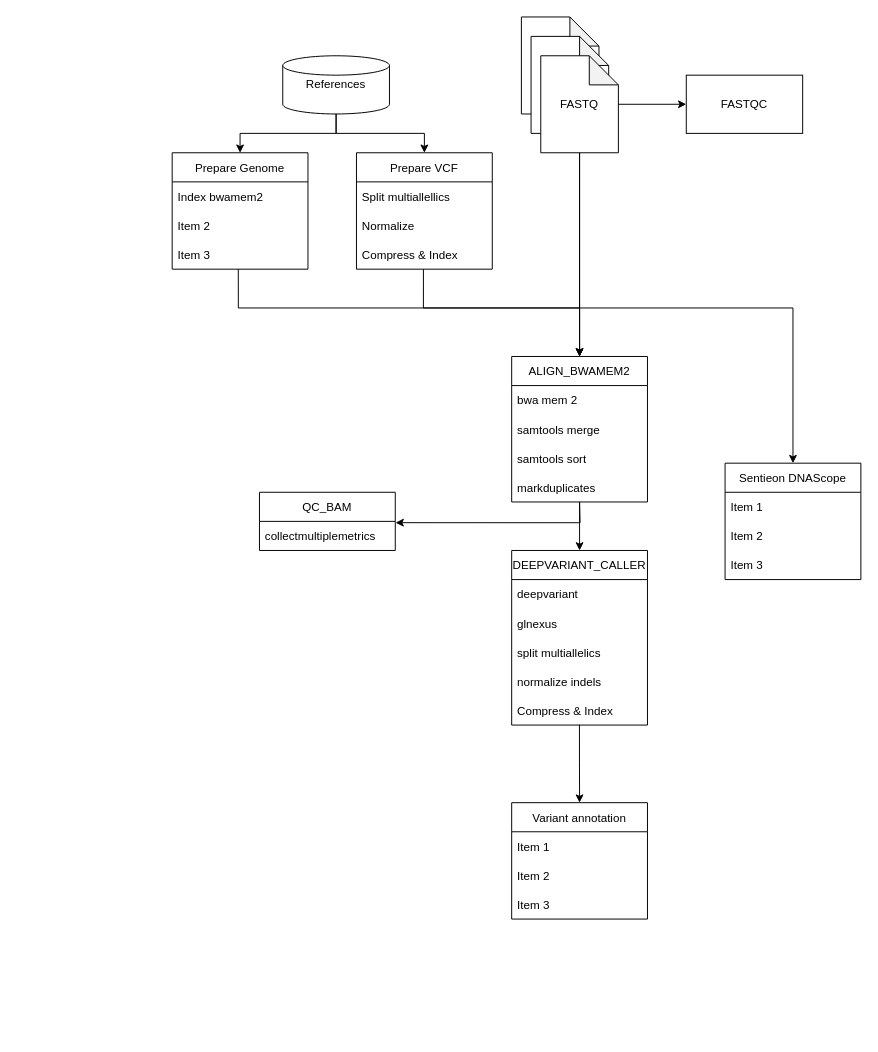
This is docs/images/raredisease.drawio from jemten/raredisease, a draw.io file, before an edit. Source tidied: cells renumbered, new cells numbered last; positions are measured from the earlier drawing's top-left corner, leaving out a move shared by most shapes. Both pictures are drawn from the tidied source at 97%, with x=0, y=0 at pixel (172, 16).
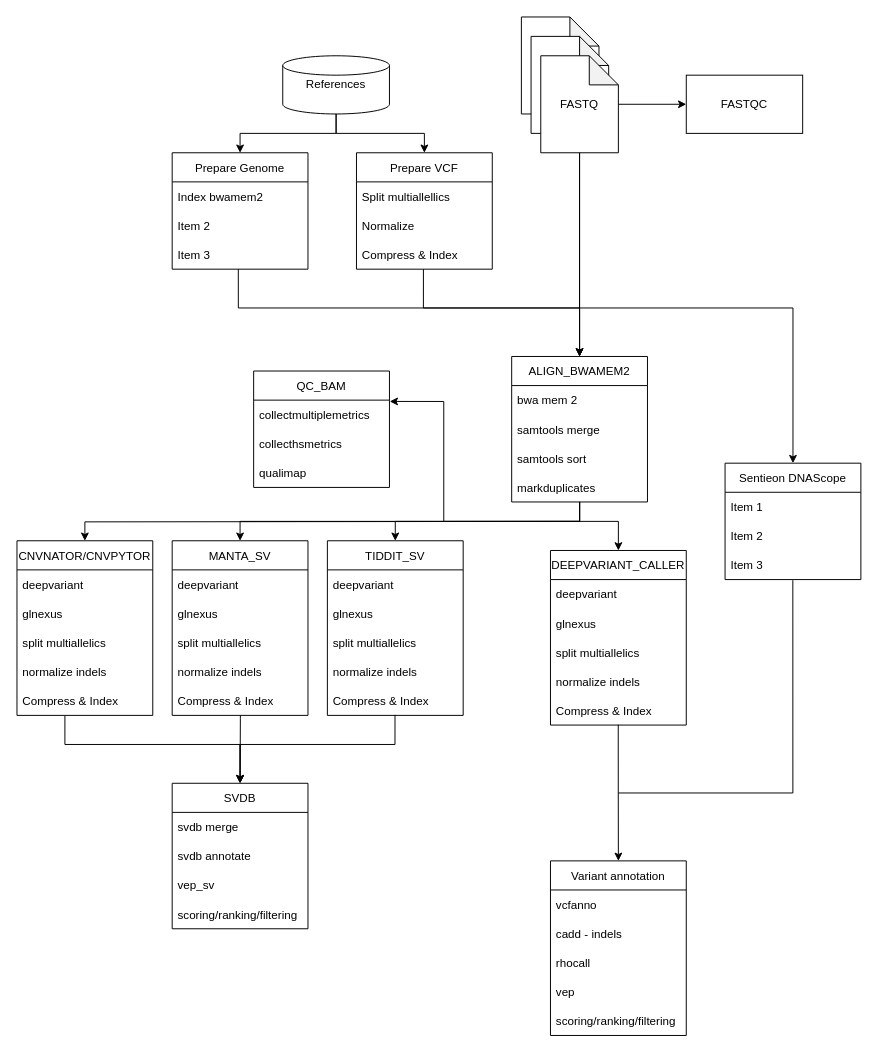
After the change.

The change refers to these unchanged cells:
```xml
<mxCell id="20" value="markduplicates" style="text;strokeColor=none;fillColor=none;align=left;verticalAlign=middle;spacingLeft=4;spacingRight=4;overflow=hidden;points=[[0,0.5],[1,0.5]];portConstraint=eastwest;" parent="16" vertex="1">
  <mxGeometry y="120" width="140" height="30" as="geometry" />
</mxCell>
<mxCell id="22" value="collectmultiplemetrics" style="text;strokeColor=none;fillColor=none;align=left;verticalAlign=middle;spacingLeft=4;spacingRight=4;overflow=hidden;points=[[0,0.5],[1,0.5]];portConstraint=eastwest;" parent="21" vertex="1">
  <mxGeometry y="30" width="140" height="30" as="geometry" />
</mxCell>
<mxCell id="39" value="Item 3" style="text;strokeColor=none;fillColor=none;align=left;verticalAlign=middle;spacingLeft=4;spacingRight=4;overflow=hidden;points=[[0,0.5],[1,0.5]];portConstraint=eastwest;" parent="36" vertex="1">
  <mxGeometry y="90" width="140" height="30" as="geometry" />
</mxCell>
```

Diff of the diagram source:
```diff
@@
     <mxCell id="21" value="QC_BAM" style="swimlane;fontStyle=0;horizontal=1;startSize=30;" parent="1" vertex="1">
-      <mxGeometry x="90" y="490" width="140" height="60" as="geometry" />
+      <mxGeometry x="84" y="365" width="140" height="120" as="geometry" />
     </mxCell>
@@
+    <mxCell id="46" value="collecthsmetrics" style="text;strokeColor=none;fillColor=none;align=left;verticalAlign=middle;spacingLeft=4;spacingRight=4;overflow=hidden;" parent="21" vertex="1">
+      <mxGeometry y="60" width="140" height="30" as="geometry" />
+    </mxCell>
+    <mxCell id="47" value="qualimap" style="text;strokeColor=none;fillColor=none;align=left;verticalAlign=middle;spacingLeft=4;spacingRight=4;overflow=hidden;" parent="21" vertex="1">
+      <mxGeometry y="90" width="140" height="30" as="geometry" />
+    </mxCell>
     <mxCell id="23" value="DEEPVARIANT_CALLER" style="swimlane;fontStyle=0;horizontal=1;startSize=30;" parent="1" vertex="1">
-      <mxGeometry x="350" y="550" width="140" height="180" as="geometry" />
+      <mxGeometry x="390" y="550" width="140" height="180" as="geometry" />
     </mxCell>
@@
     <mxCell id="29" style="endArrow=classic;html=1;rounded=0;edgeStyle=orthogonalEdgeStyle;exitX=0.5;exitY=1;exitDx=0;exitDy=0;exitPerimeter=0;" parent="1" edge="1" source="20" target="23">
-      <mxGeometry relative="1" as="geometry" />
+      <mxGeometry relative="1" as="geometry">
+        <Array as="points">
+          <mxPoint x="420" y="520" />
+          <mxPoint x="460" y="520" />
+        </Array>
+      </mxGeometry>
     </mxCell>
     <mxCell id="30" style="endArrow=classic;html=1;rounded=0;edgeStyle=orthogonalEdgeStyle;entryX=1.002;entryY=0.045;entryDx=0;entryDy=0;entryPerimeter=0;" parent="1" edge="1" target="22">
       <mxGeometry relative="1" as="geometry">
         <mxPoint x="420" y="500" as="sourcePoint" />
+        <Array as="points">
+          <mxPoint x="420" y="520" />
+          <mxPoint x="280" y="520" />
+          <mxPoint x="280" y="396" />
+        </Array>
       </mxGeometry>
     </mxCell>
@@
     <mxCell id="41" value="Variant annotation" style="swimlane;fontStyle=0;horizontal=1;startSize=30;strokeWidth=1;" parent="1" vertex="1">
-      <mxGeometry x="350" y="810" width="140" height="120" as="geometry" />
+      <mxGeometry x="390" y="870" width="140" height="180" as="geometry" />
     </mxCell>
-    <mxCell id="42" value="Item 1" style="text;strokeColor=none;fillColor=none;align=left;verticalAlign=middle;spacingLeft=4;spacingRight=4;overflow=hidden;" parent="41" vertex="1">
+    <mxCell id="42" value="vcfanno" style="text;strokeColor=none;fillColor=none;align=left;verticalAlign=middle;spacingLeft=4;spacingRight=4;overflow=hidden;" parent="41" vertex="1">
       <mxGeometry y="30" width="140" height="30" as="geometry" />
     </mxCell>
+    <mxCell id="44" value="cadd - indels" style="text;strokeColor=none;fillColor=none;align=left;verticalAlign=middle;spacingLeft=4;spacingRight=4;overflow=hidden;" parent="41" vertex="1">
+      <mxGeometry y="60" width="140" height="30" as="geometry" />
+    </mxCell>
+    <mxCell id="48" value="rhocall" style="text;strokeColor=none;fillColor=none;align=left;verticalAlign=middle;spacingLeft=4;spacingRight=4;overflow=hidden;" parent="41" vertex="1">
+      <mxGeometry y="90" width="140" height="30" as="geometry" />
+    </mxCell>
-    <mxCell id="43" value="Item 2" style="text;strokeColor=none;fillColor=none;align=left;verticalAlign=middle;spacingLeft=4;spacingRight=4;overflow=hidden;" parent="41" vertex="1">
-      <mxGeometry y="60" width="140" height="30" as="geometry" />
+    <mxCell id="43" value="vep" style="text;strokeColor=none;fillColor=none;align=left;verticalAlign=middle;spacingLeft=4;spacingRight=4;overflow=hidden;" parent="41" vertex="1">
+      <mxGeometry y="120" width="140" height="30" as="geometry" />
     </mxCell>
-    <mxCell id="44" value="Item 3" style="text;strokeColor=none;fillColor=none;align=left;verticalAlign=middle;spacingLeft=4;spacingRight=4;overflow=hidden;" parent="41" vertex="1">
-      <mxGeometry y="90" width="140" height="30" as="geometry" />
-    </mxCell>
+    <mxCell id="49" value="scoring/ranking/filtering" style="text;strokeColor=none;fillColor=none;align=left;verticalAlign=middle;spacingLeft=4;spacingRight=4;overflow=hidden;" parent="41" vertex="1">
+      <mxGeometry y="150" width="140" height="30" as="geometry" />
+    </mxCell>
@@
+    <mxCell id="50" style="endArrow=none;html=1;rounded=0;edgeStyle=orthogonalEdgeStyle;entryX=0.499;entryY=1.022;entryDx=0;entryDy=0;entryPerimeter=0;" parent="1" edge="1" target="39">
+      <mxGeometry relative="1" as="geometry">
+        <mxPoint x="460" y="800" as="sourcePoint" />
+        <Array as="points">
+          <mxPoint x="640" y="800" />
+        </Array>
+      </mxGeometry>
+    </mxCell>
+    <mxCell id="51" value="SVDB" style="swimlane;fontStyle=0;horizontal=1;startSize=30;strokeWidth=1;" parent="1" vertex="1">
+      <mxGeometry y="790" width="140" height="150" as="geometry" />
+    </mxCell>
+    <mxCell id="52" value="svdb merge" style="text;strokeColor=none;fillColor=none;align=left;verticalAlign=middle;spacingLeft=4;spacingRight=4;overflow=hidden;" parent="51" vertex="1">
+      <mxGeometry y="30" width="140" height="30" as="geometry" />
+    </mxCell>
+    <mxCell id="53" value="svdb annotate" style="text;strokeColor=none;fillColor=none;align=left;verticalAlign=middle;spacingLeft=4;spacingRight=4;overflow=hidden;" parent="51" vertex="1">
+      <mxGeometry y="60" width="140" height="30" as="geometry" />
+    </mxCell>
+    <mxCell id="54" value="vep_sv" style="text;strokeColor=none;fillColor=none;align=left;verticalAlign=middle;spacingLeft=4;spacingRight=4;overflow=hidden;" parent="51" vertex="1">
+      <mxGeometry y="90" width="140" height="30" as="geometry" />
+    </mxCell>
+    <mxCell id="55" value="scoring/ranking/filtering" style="text;strokeColor=none;fillColor=none;align=left;verticalAlign=middle;spacingLeft=4;spacingRight=4;overflow=hidden;" parent="51" vertex="1">
+      <mxGeometry y="120" width="140" height="30" as="geometry" />
+    </mxCell>
+    <mxCell id="56" value="MANTA_SV" style="swimlane;fontStyle=0;horizontal=1;startSize=30;" parent="1" vertex="1">
+      <mxGeometry y="540" width="140" height="180" as="geometry" />
+    </mxCell>
+    <mxCell id="57" value="deepvariant" style="text;strokeColor=none;fillColor=none;align=left;verticalAlign=middle;spacingLeft=4;spacingRight=4;overflow=hidden;" parent="56" vertex="1">
+      <mxGeometry y="30" width="140" height="30" as="geometry" />
+    </mxCell>
+    <mxCell id="58" value="glnexus" style="text;strokeColor=none;fillColor=none;align=left;verticalAlign=middle;spacingLeft=4;spacingRight=4;overflow=hidden;" parent="56" vertex="1">
+      <mxGeometry y="60" width="140" height="30" as="geometry" />
+    </mxCell>
+    <mxCell id="59" value="split multiallelics" style="text;strokeColor=none;fillColor=none;align=left;verticalAlign=middle;spacingLeft=4;spacingRight=4;overflow=hidden;" parent="56" vertex="1">
+      <mxGeometry y="90" width="140" height="30" as="geometry" />
+    </mxCell>
+    <mxCell id="60" value="normalize indels" style="text;strokeColor=none;fillColor=none;align=left;verticalAlign=middle;spacingLeft=4;spacingRight=4;overflow=hidden;" parent="56" vertex="1">
+      <mxGeometry y="120" width="140" height="30" as="geometry" />
+    </mxCell>
+    <mxCell id="61" value="Compress &amp; Index" style="text;strokeColor=none;fillColor=none;align=left;verticalAlign=middle;spacingLeft=4;spacingRight=4;overflow=hidden;points=[[0,0.5],[1,0.5]];portConstraint=eastwest;" parent="56" vertex="1">
+      <mxGeometry y="150" width="140" height="30" as="geometry" />
+    </mxCell>
+    <mxCell id="62" value="TIDDIT_SV" style="swimlane;fontStyle=0;horizontal=1;startSize=30;" parent="1" vertex="1">
+      <mxGeometry x="160" y="540" width="140" height="180" as="geometry" />
+    </mxCell>
+    <mxCell id="63" value="deepvariant" style="text;strokeColor=none;fillColor=none;align=left;verticalAlign=middle;spacingLeft=4;spacingRight=4;overflow=hidden;" parent="62" vertex="1">
+      <mxGeometry y="30" width="140" height="30" as="geometry" />
+    </mxCell>
+    <mxCell id="64" value="glnexus" style="text;strokeColor=none;fillColor=none;align=left;verticalAlign=middle;spacingLeft=4;spacingRight=4;overflow=hidden;" parent="62" vertex="1">
+      <mxGeometry y="60" width="140" height="30" as="geometry" />
+    </mxCell>
+    <mxCell id="65" value="split multiallelics" style="text;strokeColor=none;fillColor=none;align=left;verticalAlign=middle;spacingLeft=4;spacingRight=4;overflow=hidden;" parent="62" vertex="1">
+      <mxGeometry y="90" width="140" height="30" as="geometry" />
+    </mxCell>
+    <mxCell id="66" value="normalize indels" style="text;strokeColor=none;fillColor=none;align=left;verticalAlign=middle;spacingLeft=4;spacingRight=4;overflow=hidden;" parent="62" vertex="1">
+      <mxGeometry y="120" width="140" height="30" as="geometry" />
+    </mxCell>
+    <mxCell id="67" value="Compress &amp; Index" style="text;strokeColor=none;fillColor=none;align=left;verticalAlign=middle;spacingLeft=4;spacingRight=4;overflow=hidden;points=[[0,0.5],[1,0.5]];portConstraint=eastwest;" parent="62" vertex="1">
+      <mxGeometry y="150" width="140" height="30" as="geometry" />
+    </mxCell>
+    <mxCell id="68" value="CNVNATOR/CNVPYTOR" style="swimlane;fontStyle=0;horizontal=1;startSize=30;" parent="1" vertex="1">
+      <mxGeometry x="-160" y="540" width="140" height="180" as="geometry" />
+    </mxCell>
+    <mxCell id="69" value="deepvariant" style="text;strokeColor=none;fillColor=none;align=left;verticalAlign=middle;spacingLeft=4;spacingRight=4;overflow=hidden;" parent="68" vertex="1">
+      <mxGeometry y="30" width="140" height="30" as="geometry" />
+    </mxCell>
+    <mxCell id="70" value="glnexus" style="text;strokeColor=none;fillColor=none;align=left;verticalAlign=middle;spacingLeft=4;spacingRight=4;overflow=hidden;" parent="68" vertex="1">
+      <mxGeometry y="60" width="140" height="30" as="geometry" />
+    </mxCell>
+    <mxCell id="71" value="split multiallelics" style="text;strokeColor=none;fillColor=none;align=left;verticalAlign=middle;spacingLeft=4;spacingRight=4;overflow=hidden;" parent="68" vertex="1">
+      <mxGeometry y="90" width="140" height="30" as="geometry" />
+    </mxCell>
+    <mxCell id="72" value="normalize indels" style="text;strokeColor=none;fillColor=none;align=left;verticalAlign=middle;spacingLeft=4;spacingRight=4;overflow=hidden;" parent="68" vertex="1">
+      <mxGeometry y="120" width="140" height="30" as="geometry" />
+    </mxCell>
+    <mxCell id="73" value="Compress &amp; Index" style="text;strokeColor=none;fillColor=none;align=left;verticalAlign=middle;spacingLeft=4;spacingRight=4;overflow=hidden;points=[[0,0.5],[1,0.5]];portConstraint=eastwest;" parent="68" vertex="1">
+      <mxGeometry y="150" width="140" height="30" as="geometry" />
+    </mxCell>
+    <mxCell id="74" style="endArrow=classic;html=1;rounded=0;edgeStyle=orthogonalEdgeStyle;" parent="1" edge="1" target="68">
+      <mxGeometry relative="1" as="geometry">
+        <mxPoint x="420" y="520" as="sourcePoint" />
+      </mxGeometry>
+    </mxCell>
+    <mxCell id="75" style="endArrow=classic;html=1;rounded=0;edgeStyle=orthogonalEdgeStyle;entryX=0.5;entryY=0;entryDx=0;entryDy=0;exitX=0.501;exitY=0.997;exitDx=0;exitDy=0;exitPerimeter=0;" parent="1" edge="1" source="20" target="56">
+      <mxGeometry relative="1" as="geometry">
+        <Array as="points">
+          <mxPoint x="420" y="520" />
+          <mxPoint x="70" y="520" />
+        </Array>
+      </mxGeometry>
+    </mxCell>
+    <mxCell id="76" style="endArrow=classic;html=1;rounded=0;edgeStyle=orthogonalEdgeStyle;entryX=0.5;entryY=0;entryDx=0;entryDy=0;" parent="1" edge="1" target="62">
+      <mxGeometry relative="1" as="geometry">
+        <mxPoint x="420" y="500" as="sourcePoint" />
+        <Array as="points">
+          <mxPoint x="420" y="520" />
+          <mxPoint x="230" y="520" />
+        </Array>
+      </mxGeometry>
+    </mxCell>
+    <mxCell id="77" style="endArrow=classic;html=1;rounded=0;edgeStyle=orthogonalEdgeStyle;exitX=0.498;exitY=0.984;exitDx=0;exitDy=0;exitPerimeter=0;entryX=0.5;entryY=0;entryDx=0;entryDy=0;" parent="1" edge="1" source="67" target="51">
+      <mxGeometry relative="1" as="geometry">
+        <Array as="points">
+          <mxPoint x="230" y="750" />
+          <mxPoint x="70" y="750" />
+        </Array>
+      </mxGeometry>
+    </mxCell>
+    <mxCell id="78" style="endArrow=classic;html=1;rounded=0;edgeStyle=orthogonalEdgeStyle;exitX=0.502;exitY=1.001;exitDx=0;exitDy=0;exitPerimeter=0;entryX=0.5;entryY=0;entryDx=0;entryDy=0;" parent="1" edge="1" source="61" target="51">
+      <mxGeometry relative="1" as="geometry">
+        <Array as="points">
+          <mxPoint x="70" y="723" />
+          <mxPoint x="70" y="723" />
+        </Array>
+      </mxGeometry>
+    </mxCell>
+    <mxCell id="79" style="endArrow=classic;html=1;rounded=0;edgeStyle=orthogonalEdgeStyle;exitX=0.353;exitY=1.02;exitDx=0;exitDy=0;exitPerimeter=0;entryX=0.5;entryY=0;entryDx=0;entryDy=0;" parent="1" edge="1" source="73" target="51">
+      <mxGeometry relative="1" as="geometry">
+        <Array as="points">
+          <mxPoint x="-111" y="750" />
+          <mxPoint x="70" y="750" />
+        </Array>
+      </mxGeometry>
+    </mxCell>
```
